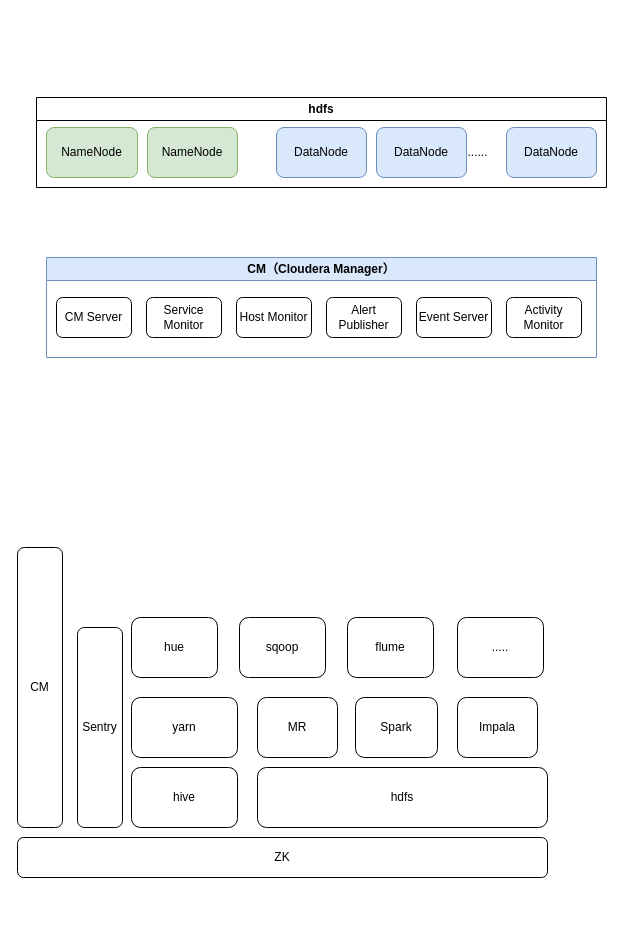
The draw.io diagram 集群架构.drawio in hhyouyou/draw, before the edit. Source tidied: cells renumbered, new cells numbered last; positions are measured from the earlier drawing's top-left corner, leaving out a move shared by most shapes. Both pictures are drawn from the tidied source at 100%, with x=0, y=0 at pixel (17, 97).
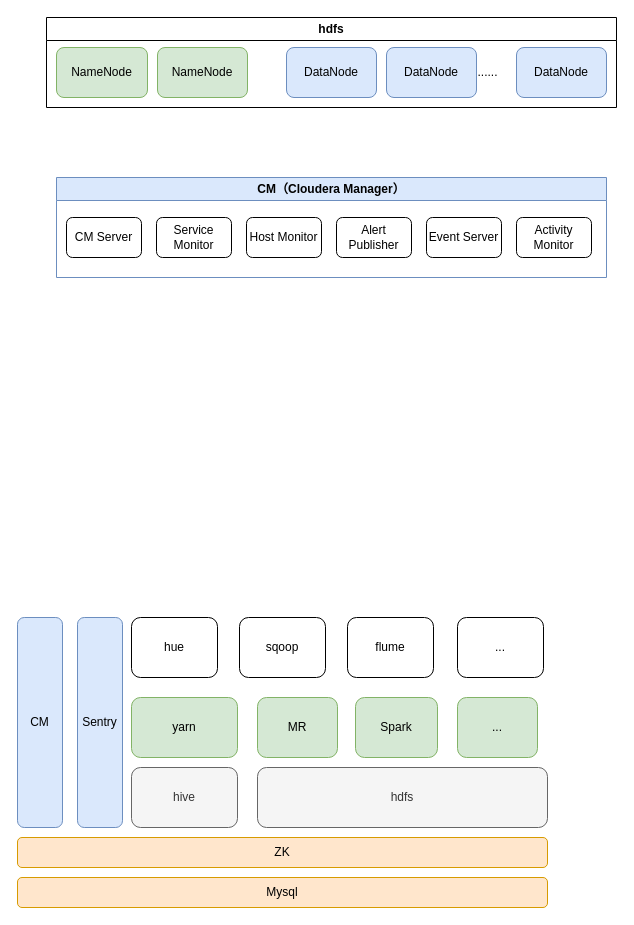
After the change.

Commit message (it also covers changes not shown here):
更新集群架构.drawio

The edit, as a diff of the source:
```diff
@@
     <mxCell id="3" value="CM（Cloudera Manager）" style="swimlane;whiteSpace=wrap;html=1;fillColor=#dae8fc;strokeColor=#6c8ebf;glass=0;shadow=0;" parent="1" vertex="1">
-      <mxGeometry x="29" y="160" width="550" height="100" as="geometry" />
+      <mxGeometry x="39" y="80" width="550" height="100" as="geometry" />
     </mxCell>
@@
     <mxCell id="10" value="hdfs" style="swimlane;whiteSpace=wrap;html=1;" parent="1" vertex="1">
-      <mxGeometry x="19" width="570" height="90" as="geometry" />
+      <mxGeometry x="29" y="-80" width="570" height="90" as="geometry" />
     </mxCell>
@@
-    <mxCell id="17" value="CM" style="rounded=1;whiteSpace=wrap;html=1;" parent="1" vertex="1">
-      <mxGeometry y="450" width="45" height="280" as="geometry" />
+    <mxCell id="17" value="CM" style="rounded=1;whiteSpace=wrap;html=1;fillColor=#dae8fc;strokeColor=#6c8ebf;" parent="1" vertex="1">
+      <mxGeometry y="520" width="45" height="210" as="geometry" />
     </mxCell>
-    <mxCell id="18" value="hdfs" style="rounded=1;whiteSpace=wrap;html=1;" parent="1" vertex="1">
+    <mxCell id="18" value="hdfs" style="rounded=1;whiteSpace=wrap;html=1;fillColor=#f5f5f5;strokeColor=#666666;fontColor=#333333;" parent="1" vertex="1">
       <mxGeometry x="240" y="670" width="290" height="60" as="geometry" />
     </mxCell>
-    <mxCell id="19" value="yarn" style="rounded=1;whiteSpace=wrap;html=1;" parent="1" vertex="1">
+    <mxCell id="19" value="yarn" style="rounded=1;whiteSpace=wrap;html=1;fillColor=#d5e8d4;strokeColor=#82b366;" parent="1" vertex="1">
       <mxGeometry x="114" y="600" width="106" height="60" as="geometry" />
     </mxCell>
-    <mxCell id="20" value="hive" style="rounded=1;whiteSpace=wrap;html=1;" parent="1" vertex="1">
+    <mxCell id="20" value="hive" style="rounded=1;whiteSpace=wrap;html=1;fillColor=#f5f5f5;strokeColor=#666666;fontColor=#333333;" parent="1" vertex="1">
       <mxGeometry x="114" y="670" width="106" height="60" as="geometry" />
     </mxCell>
@@
-    <mxCell id="22" value="Sentry" style="rounded=1;whiteSpace=wrap;html=1;" parent="1" vertex="1">
-      <mxGeometry x="60" y="530" width="45" height="200" as="geometry" />
+    <mxCell id="22" value="Sentry" style="rounded=1;whiteSpace=wrap;html=1;fillColor=#dae8fc;strokeColor=#6c8ebf;" parent="1" vertex="1">
+      <mxGeometry x="60" y="520" width="45" height="210" as="geometry" />
     </mxCell>
-    <mxCell id="23" value="ZK" style="rounded=1;whiteSpace=wrap;html=1;" parent="1" vertex="1">
-      <mxGeometry y="740" width="530" height="40" as="geometry" />
+    <mxCell id="23" value="ZK" style="rounded=1;whiteSpace=wrap;html=1;fillColor=#ffe6cc;strokeColor=#d79b00;" parent="1" vertex="1">
+      <mxGeometry y="740" width="530" height="30" as="geometry" />
     </mxCell>
@@
-    <mxCell id="26" value="....." style="rounded=1;whiteSpace=wrap;html=1;" parent="1" vertex="1">
+    <mxCell id="26" value="..." style="rounded=1;whiteSpace=wrap;html=1;" parent="1" vertex="1">
       <mxGeometry x="440" y="520" width="86" height="60" as="geometry" />
     </mxCell>
-    <mxCell id="27" value="MR" style="rounded=1;whiteSpace=wrap;html=1;" parent="1" vertex="1">
+    <mxCell id="27" value="MR" style="rounded=1;whiteSpace=wrap;html=1;fillColor=#d5e8d4;strokeColor=#82b366;" parent="1" vertex="1">
       <mxGeometry x="240" y="600" width="80" height="60" as="geometry" />
     </mxCell>
-    <mxCell id="28" value="Spark" style="rounded=1;whiteSpace=wrap;html=1;" parent="1" vertex="1">
+    <mxCell id="28" value="Spark" style="rounded=1;whiteSpace=wrap;html=1;fillColor=#d5e8d4;strokeColor=#82b366;" parent="1" vertex="1">
       <mxGeometry x="338" y="600" width="82" height="60" as="geometry" />
     </mxCell>
-    <mxCell id="29" value="Impala" style="rounded=1;whiteSpace=wrap;html=1;" parent="1" vertex="1">
+    <mxCell id="29" value="..." style="rounded=1;whiteSpace=wrap;html=1;fillColor=#d5e8d4;strokeColor=#82b366;" parent="1" vertex="1">
       <mxGeometry x="440" y="600" width="80" height="60" as="geometry" />
     </mxCell>
+    <mxCell id="30" value="Mysql" style="rounded=1;whiteSpace=wrap;html=1;fillColor=#ffe6cc;strokeColor=#d79b00;" parent="1" vertex="1">
+      <mxGeometry y="780" width="530" height="30" as="geometry" />
+    </mxCell>
```
